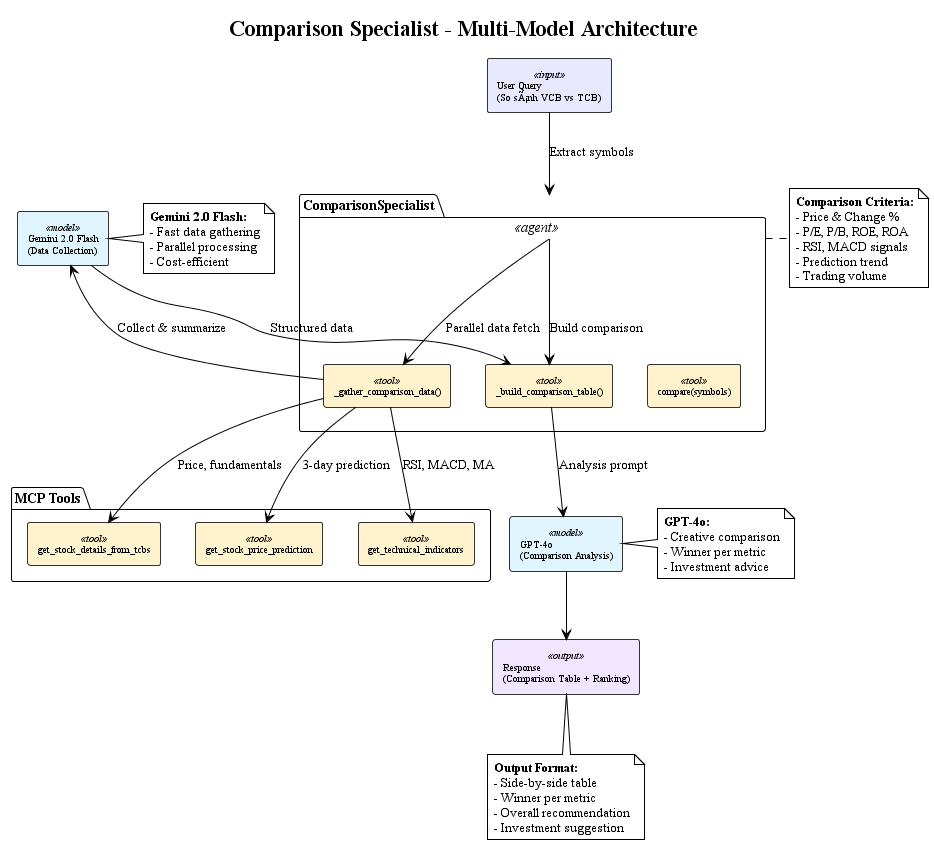
This is diagrams/images/agent_diagrams/comparison_specialist_multi_model.png from GiangNV-HUST/DATN, a PlantUML export, as it was before one commit. Its diagram source:
```plantuml
@startuml comparison_specialist_multi_model
!theme plain
skinparam backgroundColor #FFFFFF
skinparam shadowing false
skinparam defaultFontName "Times New Roman"

title Comparison Specialist - Multi-Model Architecture

skinparam rectangle {
    BackgroundColor<<input>> #E8E8FF
    BackgroundColor<<agent>> #D4EDDA
    BackgroundColor<<model>> #E1F5FE
    BackgroundColor<<tool>> #FFF3CD
    BackgroundColor<<output>> #F0E6FF
    BorderColor #333333
    FontSize 10
}

rectangle "User Query\n(So sÃ¡nh VCB vs TCB)" as input <<input>>

package "ComparisonSpecialist" as agent <<agent>> {
    rectangle "compare(symbols)" as compare <<tool>>
    rectangle "_gather_comparison_data()" as gather <<tool>>
    rectangle "_build_comparison_table()" as table <<tool>>
}

package "MCP Tools" as mcp {
    rectangle "get_stock_details_from_tcbs" as details <<tool>>
    rectangle "get_technical_indicators" as tech <<tool>>
    rectangle "get_stock_price_prediction" as predict <<tool>>
}

rectangle "GPT-4o\n(Comparison Analysis)" as gpt <<model>>
rectangle "Gemini 2.0 Flash\n(Data Collection)" as gemini <<model>>

rectangle "Response\n(Comparison Table + Ranking)" as output <<output>>

input --> agent : "Extract symbols"

agent --> gather : "Parallel data fetch"
gather --> details : "Price, fundamentals"
gather --> tech : "RSI, MACD, MA"
gather --> predict : "3-day prediction"

gather --> gemini : "Collect & summarize"
gemini --> table : "Structured data"

agent --> table : "Build comparison"
table --> gpt : "Analysis prompt"

gpt --> output

note right of agent
  **Comparison Criteria:**
  - Price & Change %
  - P/E, P/B, ROE, ROA
  - RSI, MACD signals
  - Prediction trend
  - Trading volume
end note

note right of gpt
  **GPT-4o:**
  - Creative comparison
  - Winner per metric
  - Investment advice
end note

note right of gemini
  **Gemini 2.0 Flash:**
  - Fast data gathering
  - Parallel processing
  - Cost-efficient
end note

note bottom of output
  **Output Format:**
  - Side-by-side table
  - Winner per metric
  - Overall recommendation
  - Investment suggestion
end note

@enduml
```
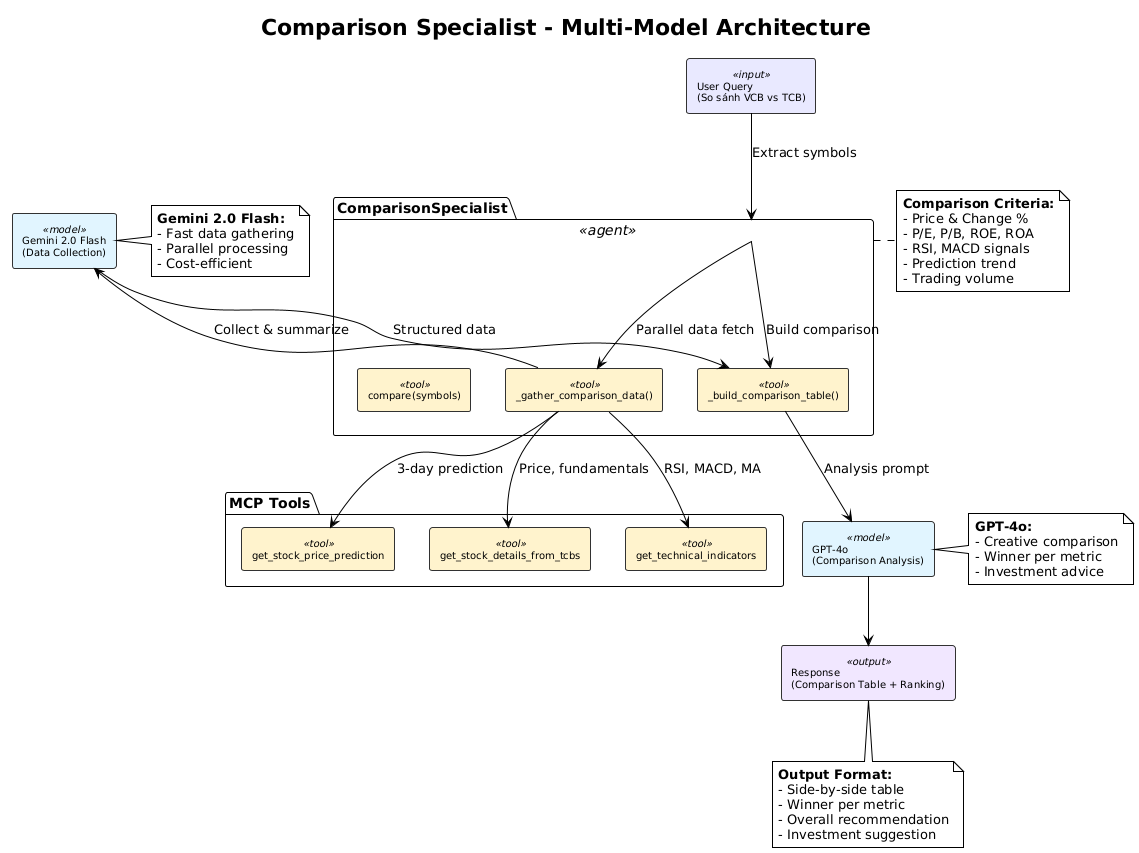
Later version of the same file.

Diff of the diagram source:
```diff
@@ -1,4 +1,6 @@
-@startuml comparison_specialist_multi_model
+@startuml
+!pragma charset UTF-8
+
 !theme plain
 skinparam backgroundColor #FFFFFF
 skinparam shadowing false
@@ -16,7 +18,7 @@
     FontSize 10
 }
 
-rectangle "User Query\n(So sÃ¡nh VCB vs TCB)" as input <<input>>
+rectangle "User Query\n(So sánh VCB vs TCB)" as input <<input>>
 
 package "ComparisonSpecialist" as agent <<agent>> {
     rectangle "compare(symbols)" as compare <<tool>>
@@ -80,5 +82,4 @@
   - Overall recommendation
   - Investment suggestion
 end note
-
 @enduml
```
